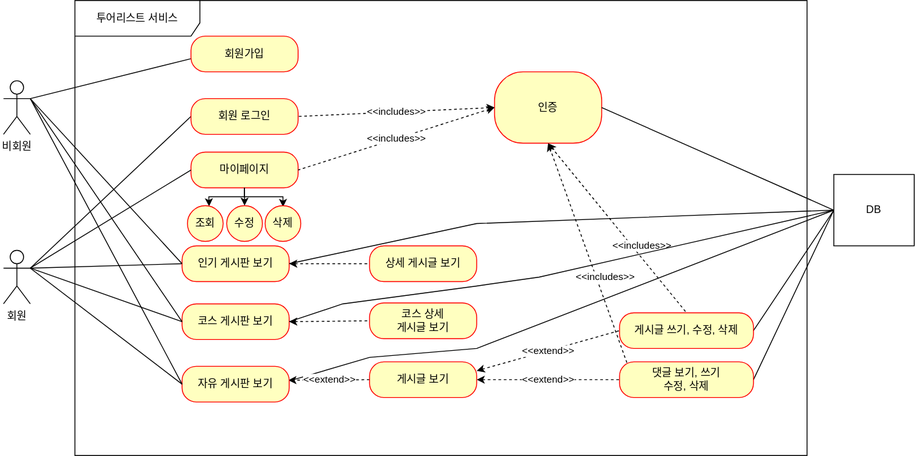
Above: usecase.svg in dbsgpwl/lookplace (draw.io), before the change. Source tidied: cells renumbered, new cells last; positions are measured from the earlier drawing's top-left corner, leaving out a move shared by most shapes.
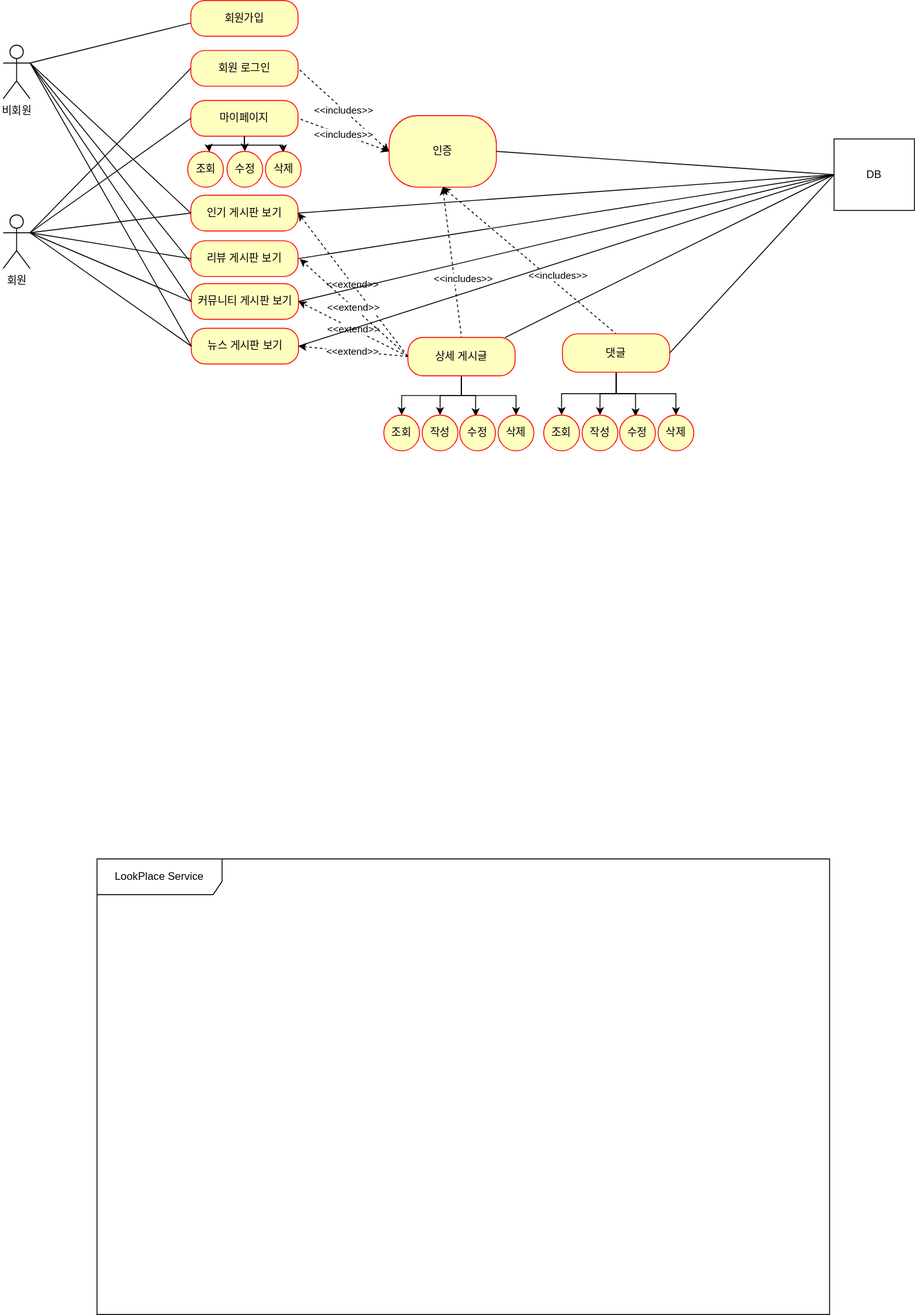
The same file after the commit.

Change to the diagram source:
```diff
@@ -5,6 +5,6 @@
     <mxCell id="2" value="회원" style="shape=umlActor;verticalLabelPosition=bottom;verticalAlign=top;html=1;outlineConnect=0;" parent="1" vertex="1">
-      <mxGeometry y="280" width="30" height="60" as="geometry" />
+      <mxGeometry x="20" y="152" width="30" height="60" as="geometry" />
     </mxCell>
-    <mxCell id="3" value="투어리스트 서비스" style="shape=umlFrame;whiteSpace=wrap;html=1;width=140;height=40;" parent="1" vertex="1">
-      <mxGeometry x="80" width="820" height="510" as="geometry" />
+    <mxCell id="3" value="LookPlace Service" style="shape=umlFrame;whiteSpace=wrap;html=1;width=140;height=40;" parent="1" vertex="1">
+      <mxGeometry x="125" y="873" width="820" height="510" as="geometry" />
     </mxCell>
@@ -13,3 +13,3 @@
     </mxCell>
-    <mxCell id="5" style="edgeStyle=none;rounded=0;jettySize=auto;html=1;entryX=0.5;entryY=0;entryDx=0;entryDy=0;dashed=1;startArrow=classic;startFill=1;endArrow=none;endFill=0;exitX=0.5;exitY=1;exitDx=0;exitDy=0;" parent="1" edge="1" source="9" target="21">
+    <mxCell id="5" style="edgeStyle=none;rounded=0;jettySize=auto;html=1;dashed=1;startArrow=classic;startFill=1;endArrow=none;endFill=0;exitX=0.5;exitY=1;exitDx=0;exitDy=0;entryX=0.5;entryY=0;entryDx=0;entryDy=0;" parent="1" edge="1" source="9" target="32">
       <mxGeometry relative="1" as="geometry" />
@@ -22,3 +22,3 @@
     <mxCell id="7" value="회원 로그인" style="rounded=1;whiteSpace=wrap;html=1;arcSize=40;fontColor=#000000;fillColor=#ffffc0;strokeColor=#ff0000;" parent="1" vertex="1">
-      <mxGeometry x="210" y="110" width="120" height="40" as="geometry" />
+      <mxGeometry x="230" y="-32" width="120" height="40" as="geometry" />
     </mxCell>
@@ -28,3 +28,3 @@
     <mxCell id="9" value="인증" style="rounded=1;whiteSpace=wrap;html=1;arcSize=40;fontColor=#000000;fillColor=#ffffc0;strokeColor=#ff0000;" parent="1" vertex="1">
-      <mxGeometry x="550" y="80" width="120" height="80" as="geometry" />
+      <mxGeometry x="452" y="41" width="120" height="80" as="geometry" />
     </mxCell>
@@ -34,3 +34,3 @@
     <mxCell id="11" value="회원가입" style="rounded=1;whiteSpace=wrap;html=1;arcSize=40;fontColor=#000000;fillColor=#ffffc0;strokeColor=#ff0000;" parent="1" vertex="1">
-      <mxGeometry x="210" y="40" width="120" height="40" as="geometry" />
+      <mxGeometry x="230" y="-88" width="120" height="40" as="geometry" />
     </mxCell>
@@ -39,3 +39,3 @@
     </mxCell>
-    <mxCell id="13" style="edgeStyle=none;rounded=0;jettySize=auto;html=1;entryX=0;entryY=0.5;entryDx=0;entryDy=0;endArrow=none;endFill=0;exitX=1;exitY=0.5;exitDx=0;exitDy=0;dashed=1;startArrow=classic;startFill=1;" parent="1" edge="1" source="14" target="32">
+    <mxCell id="13" value="&amp;lt;&amp;lt;extend&amp;gt;&amp;gt;" style="edgeStyle=none;rounded=0;jettySize=auto;html=1;entryX=0;entryY=0.5;entryDx=0;entryDy=0;endArrow=none;endFill=0;exitX=1;exitY=0.5;exitDx=0;exitDy=0;dashed=1;startArrow=classic;startFill=1;" parent="1" edge="1" source="14" target="32">
       <mxGeometry relative="1" as="geometry" />
@@ -43,36 +43,13 @@
     <mxCell id="14" value="인기 게시판 보기" style="rounded=1;whiteSpace=wrap;html=1;arcSize=40;fontColor=#000000;fillColor=#ffffc0;strokeColor=#ff0000;" parent="1" vertex="1">
-      <mxGeometry x="200" y="275" width="120" height="40" as="geometry" />
+      <mxGeometry x="230" y="130" width="120" height="40" as="geometry" />
     </mxCell>
-    <mxCell id="15" style="rounded=0;jettySize=auto;html=1;entryX=0;entryY=0.5;entryDx=0;entryDy=0;endArrow=none;endFill=0;exitX=1.009;exitY=0.403;exitDx=0;exitDy=0;exitPerimeter=0;" parent="1" edge="1" source="28" target="26">
-      <mxGeometry relative="1" as="geometry">
-        <Array as="points">
-          <mxPoint x="410" y="400" />
-          <mxPoint x="530" y="390" />
-        </Array>
-      </mxGeometry>
-    </mxCell>
-    <mxCell id="16" value="&amp;lt;&amp;lt;extend&amp;gt;&amp;gt;" style="edgeStyle=none;rounded=0;jettySize=auto;html=1;entryX=0;entryY=0.5;entryDx=0;entryDy=0;dashed=1;startArrow=classic;startFill=1;endArrow=none;endFill=0;exitX=1;exitY=0.25;exitDx=0;exitDy=0;" parent="1" edge="1" source="33" target="21">
-      <mxGeometry relative="1" as="geometry" />
-    </mxCell>
-    <mxCell id="17" value="&amp;lt;&amp;lt;extend&amp;gt;&amp;gt;" style="edgeStyle=none;rounded=0;jettySize=auto;html=1;entryX=0;entryY=0.5;entryDx=0;entryDy=0;dashed=1;startArrow=classic;startFill=1;endArrow=none;endFill=0;exitX=1;exitY=0.5;exitDx=0;exitDy=0;" parent="1" edge="1" source="33" target="23">
-      <mxGeometry relative="1" as="geometry" />
-    </mxCell>
-    <mxCell id="18" value="코스 상세 &lt;br&gt;게시글 보기" style="rounded=1;whiteSpace=wrap;html=1;arcSize=40;fontColor=#000000;fillColor=#ffffc0;strokeColor=#ff0000;" parent="1" vertex="1">
-      <mxGeometry x="410" y="339" width="120" height="40" as="geometry" />
-    </mxCell>
-    <mxCell id="19" value="&amp;lt;&amp;lt;extend&amp;gt;&amp;gt;" style="edgeStyle=none;rounded=0;jettySize=auto;html=1;endArrow=classic;endFill=1;entryX=0.992;entryY=0.389;entryDx=0;entryDy=0;dashed=1;startArrow=none;startFill=0;entryPerimeter=0;exitX=0;exitY=0.5;exitDx=0;exitDy=0;" parent="1" edge="1" source="33" target="28">
+    <mxCell id="19" value="&amp;lt;&amp;lt;extend&amp;gt;&amp;gt;" style="edgeStyle=none;rounded=0;jettySize=auto;html=1;endArrow=classic;endFill=1;entryX=1;entryY=0.5;entryDx=0;entryDy=0;dashed=1;startArrow=none;startFill=0;exitX=0;exitY=0.5;exitDx=0;exitDy=0;" parent="1" edge="1" source="32" target="28">
       <mxGeometry relative="1" as="geometry" />
     </mxCell>
-    <mxCell id="20" style="edgeStyle=none;rounded=0;jettySize=auto;html=1;entryX=0;entryY=0.5;entryDx=0;entryDy=0;endArrow=none;endFill=0;exitX=1;exitY=0.5;exitDx=0;exitDy=0;" parent="1" edge="1" source="21" target="26">
+    <mxCell id="20" style="edgeStyle=none;rounded=0;jettySize=auto;html=1;entryX=0;entryY=0.5;entryDx=0;entryDy=0;endArrow=none;endFill=0;exitX=0.908;exitY=0;exitDx=0;exitDy=0;exitPerimeter=0;" parent="1" edge="1" source="32" target="26">
       <mxGeometry relative="1" as="geometry" />
     </mxCell>
-    <mxCell id="21" value="게시글 쓰기, 수정, 삭제" style="rounded=1;whiteSpace=wrap;html=1;arcSize=40;fontColor=#000000;fillColor=#ffffc0;strokeColor=#ff0000;" parent="1" vertex="1">
-      <mxGeometry x="690" y="350" width="150" height="40" as="geometry" />
-    </mxCell>
-    <mxCell id="22" style="edgeStyle=none;rounded=0;jettySize=auto;html=1;entryX=0;entryY=0.5;entryDx=0;entryDy=0;endArrow=none;endFill=0;exitX=1;exitY=0.5;exitDx=0;exitDy=0;" parent="1" edge="1" source="23" target="26">
+    <mxCell id="22" style="edgeStyle=none;rounded=0;jettySize=auto;html=1;entryX=0;entryY=0.5;entryDx=0;entryDy=0;endArrow=none;endFill=0;exitX=1;exitY=0.5;exitDx=0;exitDy=0;" parent="1" edge="1" source="69" target="26">
       <mxGeometry relative="1" as="geometry" />
     </mxCell>
-    <mxCell id="23" value="댓글 보기, 쓰기&lt;br&gt;수정, 삭제" style="rounded=1;whiteSpace=wrap;html=1;arcSize=40;fontColor=#000000;fillColor=#ffffc0;strokeColor=#ff0000;" parent="1" vertex="1">
-      <mxGeometry x="690" y="405" width="150" height="40" as="geometry" />
-    </mxCell>
     <mxCell id="24" style="edgeStyle=none;rounded=0;jettySize=auto;html=1;entryX=1;entryY=0.5;entryDx=0;entryDy=0;endArrow=none;endFill=0;exitX=0;exitY=0.5;exitDx=0;exitDy=0;" parent="1" edge="1" source="26" target="9">
@@ -81,20 +58,10 @@
     <mxCell id="25" style="rounded=0;jettySize=auto;html=1;endArrow=none;endFill=0;exitX=0;exitY=0.5;exitDx=0;exitDy=0;entryX=1;entryY=0.5;entryDx=0;entryDy=0;" parent="1" edge="1" source="26" target="14">
-      <mxGeometry relative="1" as="geometry">
-        <Array as="points">
-          <mxPoint x="530" y="250" />
-        </Array>
-      </mxGeometry>
+      <mxGeometry relative="1" as="geometry" />
     </mxCell>
     <mxCell id="26" value="DB" style="whiteSpace=wrap;html=1;" parent="1" vertex="1">
-      <mxGeometry x="930" y="195" width="90" height="80" as="geometry" />
+      <mxGeometry x="950" y="67" width="90" height="80" as="geometry" />
     </mxCell>
-    <mxCell id="27" value="코스 게시판 보기" style="rounded=1;whiteSpace=wrap;html=1;arcSize=40;fontColor=#000000;fillColor=#ffffc0;strokeColor=#ff0000;" parent="1" vertex="1">
-      <mxGeometry x="200" y="340" width="120" height="40" as="geometry" />
-    </mxCell>
-    <mxCell id="28" value="자유 게시판 보기" style="rounded=1;whiteSpace=wrap;html=1;arcSize=40;fontColor=#000000;fillColor=#ffffc0;strokeColor=#ff0000;" parent="1" vertex="1">
-      <mxGeometry x="200" y="410" width="120" height="40" as="geometry" />
+    <mxCell id="28" value="커뮤니티 게시판 보기" style="rounded=1;whiteSpace=wrap;html=1;arcSize=40;fontColor=#000000;fillColor=#ffffc0;strokeColor=#ff0000;" parent="1" vertex="1">
+      <mxGeometry x="230.5" y="229" width="120" height="40" as="geometry" />
     </mxCell>
-    <mxCell id="29" style="edgeStyle=none;rounded=0;jettySize=auto;html=1;endArrow=none;endFill=0;exitX=0;exitY=0.5;exitDx=0;exitDy=0;entryX=1;entryY=0.3333333333333333;entryDx=0;entryDy=0;entryPerimeter=0;" parent="1" edge="1" source="27" target="2">
-      <mxGeometry relative="1" as="geometry" />
-    </mxCell>
     <mxCell id="30" style="edgeStyle=none;rounded=0;jettySize=auto;html=1;endArrow=none;endFill=0;exitX=0;exitY=0.5;exitDx=0;exitDy=0;entryX=1;entryY=0.3333333333333333;entryDx=0;entryDy=0;entryPerimeter=0;" parent="1" edge="1" source="28" target="2">
@@ -102,25 +69,19 @@
     </mxCell>
-    <mxCell id="31" style="edgeStyle=none;rounded=0;jettySize=auto;html=1;entryX=0;entryY=0.5;entryDx=0;entryDy=0;endArrow=none;endFill=0;exitX=1;exitY=0.5;exitDx=0;exitDy=0;dashed=1;startArrow=classic;startFill=1;" parent="1" edge="1" source="27" target="18">
-      <mxGeometry relative="1" as="geometry" />
-    </mxCell>
+    <mxCell id="50" style="edgeStyle=orthogonalEdgeStyle;rounded=0;jettySize=auto;html=1;entryX=0.445;entryY=0.035;entryDx=0;entryDy=0;entryPerimeter=0;" parent="1" edge="1" source="32" target="63">
+      <mxGeometry relative="1" as="geometry" />
+    </mxCell>
+    <mxCell id="51" style="edgeStyle=orthogonalEdgeStyle;rounded=0;jettySize=auto;html=1;" parent="1" edge="1" source="32" target="64">
+      <mxGeometry relative="1" as="geometry" />
+    </mxCell>
+    <mxCell id="52" style="edgeStyle=orthogonalEdgeStyle;rounded=0;jettySize=auto;html=1;entryX=0.5;entryY=0;entryDx=0;entryDy=0;" parent="1" edge="1" source="32" target="62">
+      <mxGeometry relative="1" as="geometry" />
+    </mxCell>
+    <mxCell id="53" style="edgeStyle=orthogonalEdgeStyle;rounded=0;jettySize=auto;html=1;" parent="1" edge="1" source="32" target="61">
+      <mxGeometry relative="1" as="geometry" />
+    </mxCell>
-    <mxCell id="32" value="상세 게시글 보기" style="rounded=1;whiteSpace=wrap;html=1;arcSize=40;fontColor=#000000;fillColor=#ffffc0;strokeColor=#ff0000;" parent="1" vertex="1">
-      <mxGeometry x="410" y="275" width="120" height="40" as="geometry" />
+    <mxCell id="32" value="상세 게시글" style="rounded=1;whiteSpace=wrap;html=1;arcSize=40;fontColor=#000000;fillColor=#ffffc0;strokeColor=#ff0000;" parent="1" vertex="1">
+      <mxGeometry x="473" y="289.2" width="120" height="43" as="geometry" />
     </mxCell>
-    <mxCell id="33" value="게시글 보기" style="rounded=1;whiteSpace=wrap;html=1;arcSize=40;fontColor=#000000;fillColor=#ffffc0;strokeColor=#ff0000;" parent="1" vertex="1">
-      <mxGeometry x="410" y="405" width="120" height="40" as="geometry" />
-    </mxCell>
-    <mxCell id="34" style="rounded=0;jettySize=auto;html=1;endArrow=none;endFill=0;exitX=0;exitY=0.5;exitDx=0;exitDy=0;" parent="1" edge="1" source="26">
-      <mxGeometry relative="1" as="geometry">
-        <mxPoint x="320" y="360" as="targetPoint" />
-        <Array as="points">
-          <mxPoint x="600" y="310" />
-          <mxPoint x="530" y="320" />
-          <mxPoint x="380" y="340" />
-        </Array>
-      </mxGeometry>
-    </mxCell>
-    <mxCell id="35" style="edgeStyle=none;rounded=0;jettySize=auto;html=1;entryX=0.055;entryY=0.026;entryDx=0;entryDy=0;dashed=1;startArrow=classic;startFill=1;endArrow=none;endFill=0;entryPerimeter=0;" parent="1" edge="1" target="23">
-      <mxGeometry relative="1" as="geometry">
-        <mxPoint x="610" y="160" as="sourcePoint" />
-      </mxGeometry>
+    <mxCell id="35" style="edgeStyle=none;rounded=0;jettySize=auto;html=1;entryX=0.5;entryY=0;entryDx=0;entryDy=0;dashed=1;startArrow=classic;startFill=1;endArrow=none;endFill=0;exitX=0.5;exitY=1;exitDx=0;exitDy=0;" parent="1" edge="1" source="9" target="69">
+      <mxGeometry relative="1" as="geometry" />
     </mxCell>
@@ -132,3 +93,3 @@
     <mxCell id="37" value="마이페이지" style="rounded=1;whiteSpace=wrap;html=1;arcSize=40;fontColor=#000000;fillColor=#ffffc0;strokeColor=#ff0000;" parent="1" vertex="1">
-      <mxGeometry x="210" y="170" width="120" height="40" as="geometry" />
+      <mxGeometry x="230" y="24" width="120" height="40" as="geometry" />
     </mxCell>
@@ -138,3 +99,3 @@
     <mxCell id="39" value="비회원" style="shape=umlActor;verticalLabelPosition=bottom;verticalAlign=top;html=1;outlineConnect=0;" parent="1" vertex="1">
-      <mxGeometry y="90" width="30" height="60" as="geometry" />
+      <mxGeometry x="20" y="-38" width="30" height="60" as="geometry" />
     </mxCell>
@@ -146,3 +107,3 @@
     </mxCell>
-    <mxCell id="42" style="edgeStyle=none;rounded=0;jettySize=auto;html=1;entryX=1;entryY=0.3333333333333333;entryDx=0;entryDy=0;entryPerimeter=0;endArrow=none;endFill=0;exitX=0;exitY=0.5;exitDx=0;exitDy=0;" parent="1" edge="1" source="27" target="39">
+    <mxCell id="42" style="edgeStyle=none;rounded=0;jettySize=auto;html=1;entryX=1;entryY=0.3333333333333333;entryDx=0;entryDy=0;entryPerimeter=0;endArrow=none;endFill=0;exitX=-0.007;exitY=0.58;exitDx=0;exitDy=0;exitPerimeter=0;" parent="1" edge="1" source="54" target="39">
       <mxGeometry relative="1" as="geometry" />
@@ -155,4 +116,4 @@
         <Array as="points">
-          <mxPoint x="270" y="220" />
-          <mxPoint x="230" y="220" />
+          <mxPoint x="290" y="74" />
+          <mxPoint x="250" y="74" />
         </Array>
@@ -161,3 +122,3 @@
     <mxCell id="45" value="조회" style="ellipse;whiteSpace=wrap;html=1;fillColor=#ffffc0;strokeColor=#ff0000;fontColor=#000000;rounded=1;arcSize=40;" parent="1" vertex="1">
-      <mxGeometry x="206" y="230" width="40" height="40" as="geometry" />
+      <mxGeometry x="226.5" y="81" width="40" height="40" as="geometry" />
     </mxCell>
@@ -167,3 +128,3 @@
     <mxCell id="47" value="수정" style="ellipse;whiteSpace=wrap;html=1;fillColor=#ffffc0;strokeColor=#ff0000;fontColor=#000000;rounded=1;arcSize=40;" parent="1" vertex="1">
-      <mxGeometry x="250" y="230" width="40" height="40" as="geometry" />
+      <mxGeometry x="270.5" y="81" width="40" height="40" as="geometry" />
     </mxCell>
@@ -172,4 +133,4 @@
         <Array as="points">
-          <mxPoint x="270" y="220" />
-          <mxPoint x="313" y="220" />
+          <mxPoint x="290" y="74" />
+          <mxPoint x="333" y="74" />
         </Array>
@@ -178,4 +139,73 @@
     <mxCell id="49" value="삭제" style="ellipse;whiteSpace=wrap;html=1;fillColor=#ffffc0;strokeColor=#ff0000;fontColor=#000000;rounded=1;arcSize=40;" parent="1" vertex="1">
-      <mxGeometry x="293" y="230" width="40" height="40" as="geometry" />
+      <mxGeometry x="313.5" y="81" width="40" height="40" as="geometry" />
     </mxCell>
+    <mxCell id="54" value="리뷰 게시판 보기" style="rounded=1;whiteSpace=wrap;html=1;arcSize=40;fontColor=#000000;fillColor=#ffffc0;strokeColor=#ff0000;" parent="1" vertex="1">
+      <mxGeometry x="230" y="181" width="120" height="40" as="geometry" />
+    </mxCell>
+    <mxCell id="55" value="뉴스 게시판 보기" style="rounded=1;whiteSpace=wrap;html=1;arcSize=40;fontColor=#000000;fillColor=#ffffc0;strokeColor=#ff0000;" parent="1" vertex="1">
+      <mxGeometry x="230.5" y="279" width="120" height="40" as="geometry" />
+    </mxCell>
+    <mxCell id="56" style="edgeStyle=none;rounded=0;jettySize=auto;html=1;endArrow=none;endFill=0;exitX=0;exitY=0.5;exitDx=0;exitDy=0;entryX=1;entryY=0.3333333333333333;entryDx=0;entryDy=0;entryPerimeter=0;" parent="1" edge="1" source="55" target="2">
+      <mxGeometry relative="1" as="geometry" />
+    </mxCell>
+    <mxCell id="57" value="&amp;lt;&amp;lt;extend&amp;gt;&amp;gt;" style="edgeStyle=none;rounded=0;jettySize=auto;html=1;endArrow=classic;endFill=1;entryX=1;entryY=0.5;entryDx=0;entryDy=0;dashed=1;startArrow=none;startFill=0;exitX=0;exitY=0.5;exitDx=0;exitDy=0;" parent="1" edge="1" source="32" target="55">
+      <mxGeometry relative="1" as="geometry" />
+    </mxCell>
+    <mxCell id="58" value="&amp;lt;&amp;lt;extend&amp;gt;&amp;gt;" style="edgeStyle=none;rounded=0;jettySize=auto;html=1;endArrow=classic;endFill=1;entryX=1.017;entryY=0.509;entryDx=0;entryDy=0;dashed=1;startArrow=none;startFill=0;exitX=0;exitY=0.5;exitDx=0;exitDy=0;entryPerimeter=0;" parent="1" edge="1" source="32" target="54">
+      <mxGeometry relative="1" as="geometry" />
+    </mxCell>
+    <mxCell id="59" style="edgeStyle=none;rounded=0;jettySize=auto;html=1;entryX=1;entryY=0.3333333333333333;entryDx=0;entryDy=0;entryPerimeter=0;endArrow=none;endFill=0;exitX=0;exitY=0.5;exitDx=0;exitDy=0;" parent="1" edge="1" source="55" target="39">
+      <mxGeometry relative="1" as="geometry" />
+    </mxCell>
+    <mxCell id="60" style="edgeStyle=none;rounded=0;jettySize=auto;html=1;entryX=1;entryY=0.3333333333333333;entryDx=0;entryDy=0;entryPerimeter=0;endArrow=none;endFill=0;exitX=0;exitY=0.5;exitDx=0;exitDy=0;" parent="1" edge="1" source="54" target="2">
+      <mxGeometry relative="1" as="geometry" />
+    </mxCell>
+    <mxCell id="61" value="조회" style="ellipse;whiteSpace=wrap;html=1;fillColor=#ffffc0;strokeColor=#ff0000;fontColor=#000000;rounded=1;arcSize=40;" parent="1" vertex="1">
+      <mxGeometry x="446" y="376.2" width="40" height="40" as="geometry" />
+    </mxCell>
+    <mxCell id="62" value="작성" style="ellipse;whiteSpace=wrap;html=1;fillColor=#ffffc0;strokeColor=#ff0000;fontColor=#000000;rounded=1;arcSize=40;" parent="1" vertex="1">
+      <mxGeometry x="489" y="376.2" width="40" height="40" as="geometry" />
+    </mxCell>
+    <mxCell id="63" value="수정" style="ellipse;whiteSpace=wrap;html=1;fillColor=#ffffc0;strokeColor=#ff0000;fontColor=#000000;rounded=1;arcSize=40;" parent="1" vertex="1">
+      <mxGeometry x="531" y="376.2" width="40" height="40" as="geometry" />
+    </mxCell>
+    <mxCell id="64" value="삭제" style="ellipse;whiteSpace=wrap;html=1;fillColor=#ffffc0;strokeColor=#ff0000;fontColor=#000000;rounded=1;arcSize=40;" parent="1" vertex="1">
+      <mxGeometry x="574" y="376.2" width="40" height="40" as="geometry" />
+    </mxCell>
+    <mxCell id="65" style="edgeStyle=orthogonalEdgeStyle;rounded=0;jettySize=auto;html=1;entryX=0.445;entryY=0.035;entryDx=0;entryDy=0;entryPerimeter=0;" parent="1" edge="1" source="69" target="72">
+      <mxGeometry relative="1" as="geometry" />
+    </mxCell>
+    <mxCell id="66" style="edgeStyle=orthogonalEdgeStyle;rounded=0;jettySize=auto;html=1;" parent="1" edge="1" source="69" target="73">
+      <mxGeometry relative="1" as="geometry" />
+    </mxCell>
+    <mxCell id="67" style="edgeStyle=orthogonalEdgeStyle;rounded=0;jettySize=auto;html=1;entryX=0.5;entryY=0;entryDx=0;entryDy=0;" parent="1" edge="1" source="69" target="71">
+      <mxGeometry relative="1" as="geometry" />
+    </mxCell>
+    <mxCell id="68" style="edgeStyle=orthogonalEdgeStyle;rounded=0;jettySize=auto;html=1;" parent="1" edge="1" source="69" target="70">
+      <mxGeometry relative="1" as="geometry" />
+    </mxCell>
+    <mxCell id="69" value="댓글" style="rounded=1;whiteSpace=wrap;html=1;arcSize=40;fontColor=#000000;fillColor=#ffffc0;strokeColor=#ff0000;" parent="1" vertex="1">
+      <mxGeometry x="646" y="285.2" width="120" height="43" as="geometry" />
+    </mxCell>
+    <mxCell id="70" value="조회" style="ellipse;whiteSpace=wrap;html=1;fillColor=#ffffc0;strokeColor=#ff0000;fontColor=#000000;rounded=1;arcSize=40;" parent="1" vertex="1">
+      <mxGeometry x="625" y="376.2" width="40" height="40" as="geometry" />
+    </mxCell>
+    <mxCell id="71" value="작성" style="ellipse;whiteSpace=wrap;html=1;fillColor=#ffffc0;strokeColor=#ff0000;fontColor=#000000;rounded=1;arcSize=40;" parent="1" vertex="1">
+      <mxGeometry x="668" y="376.2" width="40" height="40" as="geometry" />
+    </mxCell>
+    <mxCell id="72" value="수정" style="ellipse;whiteSpace=wrap;html=1;fillColor=#ffffc0;strokeColor=#ff0000;fontColor=#000000;rounded=1;arcSize=40;" parent="1" vertex="1">
+      <mxGeometry x="710" y="376.2" width="40" height="40" as="geometry" />
+    </mxCell>
+    <mxCell id="73" value="삭제" style="ellipse;whiteSpace=wrap;html=1;fillColor=#ffffc0;strokeColor=#ff0000;fontColor=#000000;rounded=1;arcSize=40;" parent="1" vertex="1">
+      <mxGeometry x="753" y="376.2" width="40" height="40" as="geometry" />
+    </mxCell>
+    <mxCell id="74" style="edgeStyle=none;rounded=0;jettySize=auto;html=1;entryX=0;entryY=0.5;entryDx=0;entryDy=0;endArrow=none;endFill=0;exitX=1;exitY=0.5;exitDx=0;exitDy=0;" parent="1" edge="1" source="54" target="26">
+      <mxGeometry relative="1" as="geometry" />
+    </mxCell>
+    <mxCell id="15" style="edgeStyle=none;rounded=0;jettySize=auto;html=1;entryX=0;entryY=0.5;entryDx=0;entryDy=0;endArrow=none;endFill=0;exitX=1;exitY=0.5;exitDx=0;exitDy=0;" parent="1" edge="1" source="28" target="26">
+      <mxGeometry relative="1" as="geometry" />
+    </mxCell>
+    <mxCell id="75" style="edgeStyle=none;rounded=0;jettySize=auto;html=1;entryX=0;entryY=0.5;entryDx=0;entryDy=0;endArrow=none;endFill=0;exitX=1;exitY=0.5;exitDx=0;exitDy=0;" parent="1" edge="1" source="55" target="26">
+      <mxGeometry relative="1" as="geometry" />
+    </mxCell>
   </root>
```
